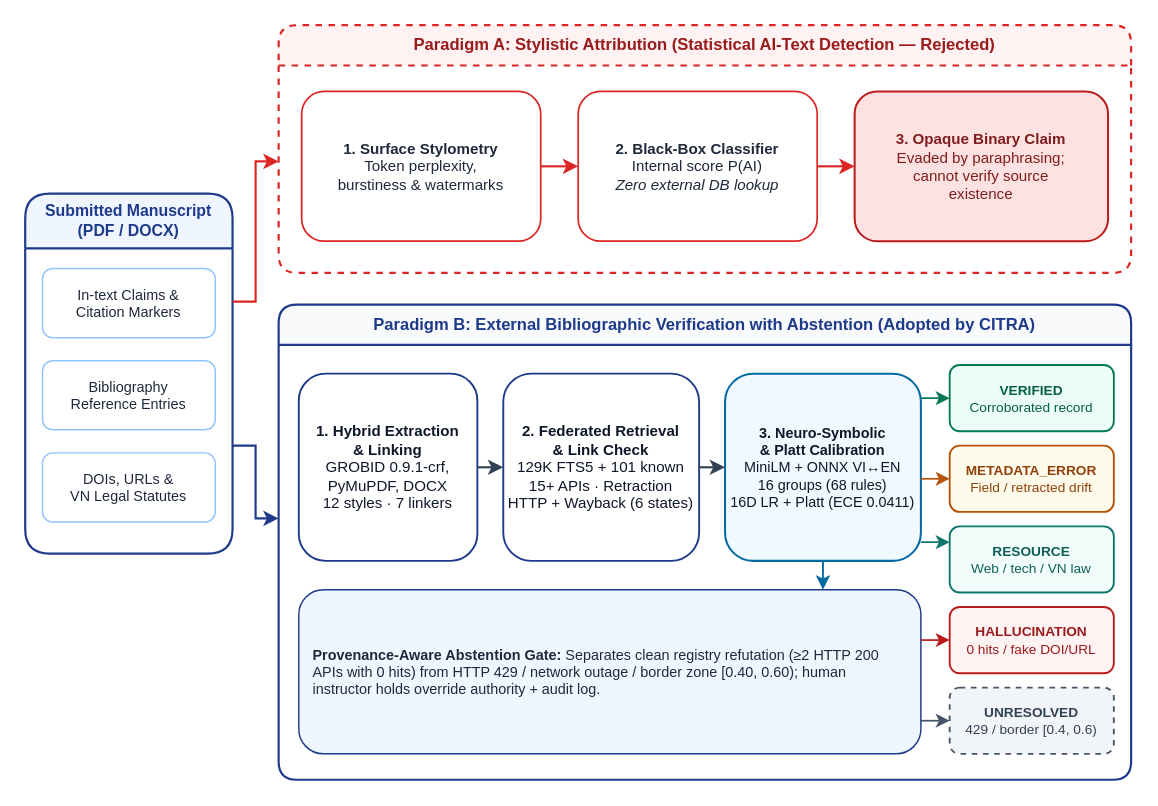
Above: FinalReport_TDTU_VN/picture/figures/drawio/fig2_1_verification_paradigm.drawio in iannwendy/citra (draw.io), before the change. Source tidied: cells renumbered, new cells numbered last; positions are measured from the earlier drawing's top-left corner, leaving out a move shared by most shapes. Both pictures are drawn from the tidied source at 144%, with x=0, y=0 at pixel (24, 24).
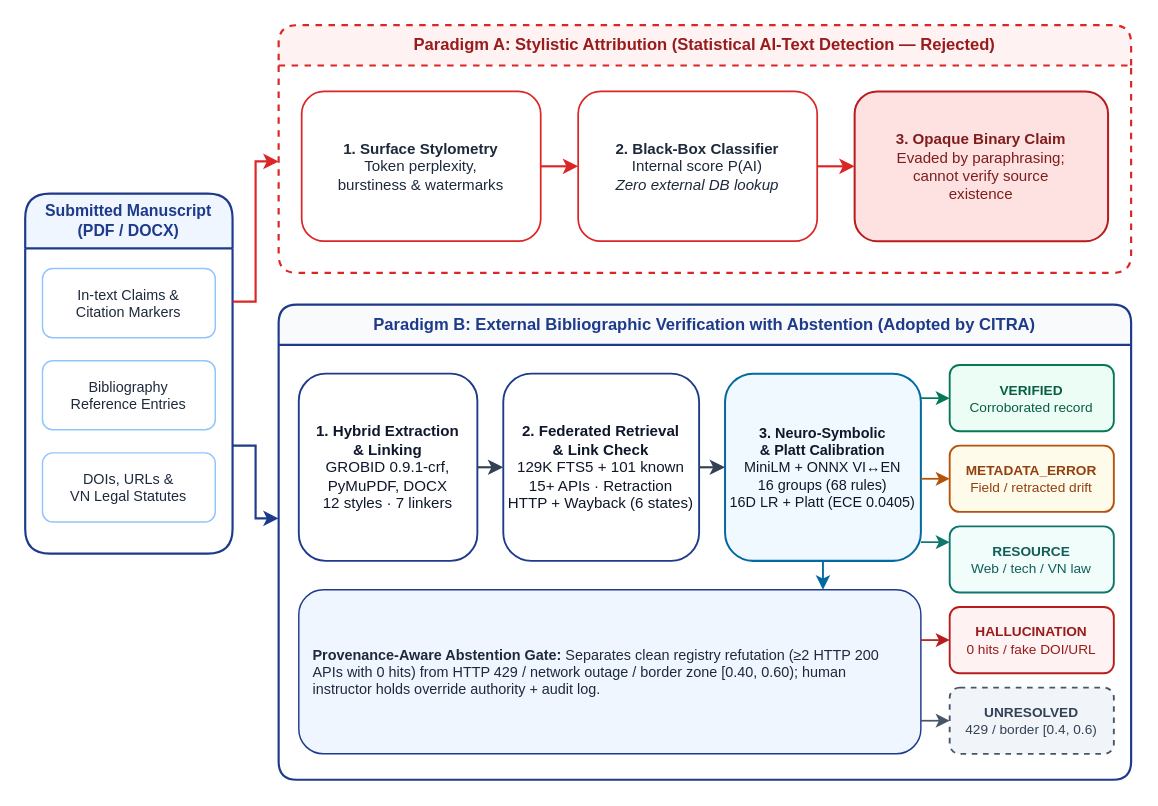
The same page after the edit.

Unchanged cells that the change refers to:
```xml
<mxCell id="12" value="&lt;b&gt;Paradigm B: External Bibliographic Verification with Abstention (Adopted by CITRA)&lt;/b&gt;" style="swimlane;startSize=28;rounded=1;fillColor=#F8FAFC;strokeColor=#1E3A8A;strokeWidth=1.5;fontFamily=Helvetica;fontSize=11.5;fontColor=#1E3A8A;whiteSpace=wrap;html=1;" parent="1" vertex="1">
  <mxGeometry x="176" y="194" width="592" height="330" as="geometry" />
</mxCell>
```

The edit, as a diff of the source:
```diff
@@
-    <mxCell id="15" value="&lt;b&gt;3. Neuro-Symbolic&lt;br&gt;&amp;amp; Platt Calibration&lt;/b&gt;&lt;br&gt;MiniLM + ONNX VI↔EN&lt;br&gt;16 groups (68 rules)&lt;br&gt;16D LR + Platt (ECE 0.0411)" style="rounded=1;fillColor=#F0F9FF;strokeColor=#0369A1;strokeWidth=1.4;fontFamily=Helvetica;fontSize=10;fontColor=#0F172A;whiteSpace=wrap;html=1;" parent="12" vertex="1">
+    <mxCell id="15" value="&lt;b&gt;3. Neuro-Symbolic&lt;br&gt;&amp;amp; Platt Calibration&lt;/b&gt;&lt;br&gt;MiniLM + ONNX VI↔EN&lt;br&gt;16 groups (68 rules)&lt;br&gt;16D LR + Platt (ECE 0.0405)" style="rounded=1;fillColor=#F0F9FF;strokeColor=#0369A1;strokeWidth=1.4;fontFamily=Helvetica;fontSize=10;fontColor=#0F172A;whiteSpace=wrap;html=1;" parent="12" vertex="1">
       <mxGeometry x="310" y="48" width="136" height="130" as="geometry" />
     </mxCell>
```
